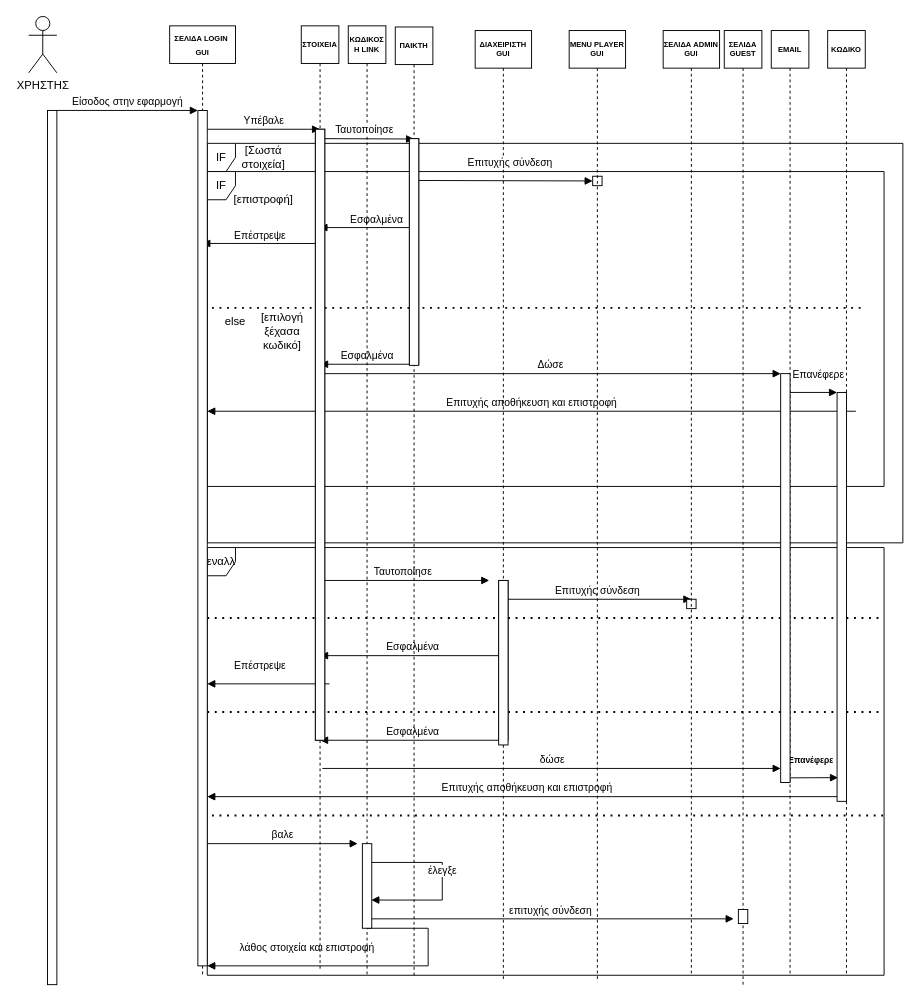
The draw.io diagram spetz/sequences/login.drawio in Pspetz/Organthlon, before the edit. Source tidied: cells renumbered, new cells numbered last; positions are measured from the earlier drawing's top-left corner, leaving out a move shared by most shapes. Both pictures are drawn from the tidied source at 94%, with x=0, y=0 at pixel (28, 16).
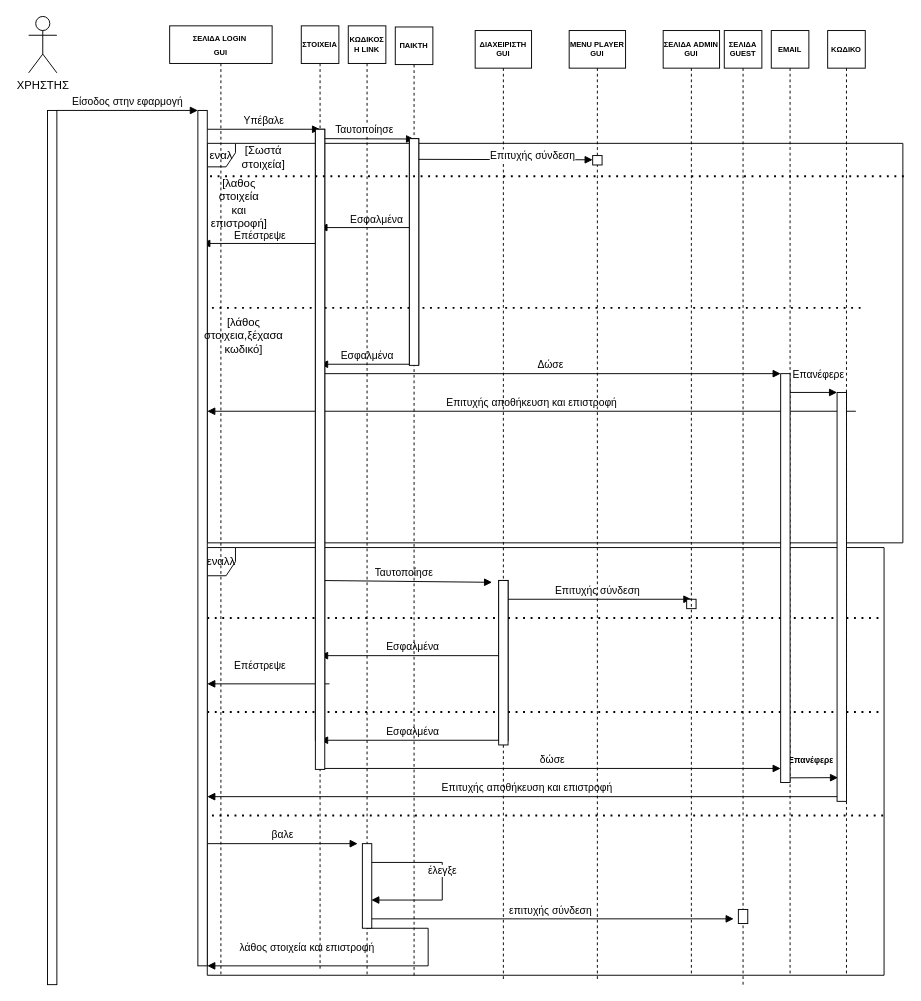
The same page after the edit.

The change refers to these unchanged cells:
```xml
<mxCell id="41" value="&lt;b&gt;ΣΤΟΙΧΕΙΑ&lt;/b&gt;" style="shape=umlLifeline;perimeter=lifelinePerimeter;whiteSpace=wrap;html=1;fontSize=8;" parent="1" vertex="1">
  <mxGeometry x="290" y="10" width="40" height="1005" as="geometry" />
</mxCell>
<mxCell id="48" value="&lt;b&gt;ΔΙΑΧΕΙΡΙΣΤΗ GUI&lt;/b&gt;" style="shape=umlLifeline;perimeter=lifelinePerimeter;whiteSpace=wrap;html=1;fontSize=8;" parent="1" vertex="1">
  <mxGeometry x="475" y="15" width="60" height="1010" as="geometry" />
</mxCell>
<mxCell id="51" value="&lt;b&gt;MENU PLAYER GUI&lt;/b&gt;" style="shape=umlLifeline;perimeter=lifelinePerimeter;whiteSpace=wrap;html=1;fontSize=8;" parent="1" vertex="1">
  <mxGeometry x="575" y="15" width="60" height="1010" as="geometry" />
</mxCell>
<mxCell id="53" value="&lt;b&gt;ΣΕΛΙΔΑ GUEST&lt;/b&gt;" style="shape=umlLifeline;perimeter=lifelinePerimeter;whiteSpace=wrap;html=1;fontSize=8;" parent="1" vertex="1">
  <mxGeometry x="740" y="15" width="40" height="1015" as="geometry" />
</mxCell>
```

Change to the diagram source:
```diff
@@
-    <mxCell id="4" value="IF" style="shape=umlFrame;whiteSpace=wrap;html=1;width=30;height=30;" parent="1" vertex="1">
+    <mxCell id="4" value="εναλ" style="shape=umlFrame;whiteSpace=wrap;html=1;width=30;height=25;" parent="1" vertex="1">
       <mxGeometry x="190" y="135" width="740" height="425" as="geometry" />
     </mxCell>
@@
-    <mxCell id="10" value="else" style="text;html=1;strokeColor=none;fillColor=none;align=center;verticalAlign=middle;whiteSpace=wrap;rounded=0;" parent="1" vertex="1">
-      <mxGeometry x="190" y="310" width="60" height="30" as="geometry" />
-    </mxCell>
-    <mxCell id="11" value="[επιλογή ξέχασα κωδικό]" style="text;html=1;strokeColor=none;fillColor=none;align=center;verticalAlign=middle;whiteSpace=wrap;rounded=0;" parent="1" vertex="1">
-      <mxGeometry x="240" y="320" width="60" height="30" as="geometry" />
-    </mxCell>
-    <mxCell id="12" value="IF" style="shape=umlFrame;whiteSpace=wrap;html=1;width=30;height=30;" parent="1" vertex="1">
-      <mxGeometry x="190" y="165" width="720" height="335" as="geometry" />
-    </mxCell>
-    <mxCell id="13" value="[επιστροφή]" style="text;html=1;strokeColor=none;fillColor=none;align=center;verticalAlign=middle;whiteSpace=wrap;rounded=0;" parent="1" vertex="1">
-      <mxGeometry x="220" y="180" width="60" height="30" as="geometry" />
+    <mxCell id="13" value="[λαθος στοιχεία και επιστροφή]" style="text;html=1;strokeColor=none;fillColor=none;align=center;verticalAlign=middle;whiteSpace=wrap;rounded=0;" parent="1" vertex="1">
+      <mxGeometry x="194" y="174" width="60" height="50" as="geometry" />
     </mxCell>
@@
     <mxCell id="19" value="Ταυτοποίησε" style="html=1;verticalAlign=bottom;endArrow=block;rounded=0;" parent="1" edge="1">
       <mxGeometry relative="1" as="geometry">
         <mxPoint x="305" y="600" as="sourcePoint" />
-        <mxPoint x="490" y="600" as="targetPoint" />
+        <mxPoint x="493" y="602" as="targetPoint" />
       </mxGeometry>
     </mxCell>
@@
-    <mxCell id="37" style="html=1;perimeter=orthogonalPerimeter;" parent="1" vertex="1">
-      <mxGeometry x="600" y="170" width="10" height="10" as="geometry" />
-    </mxCell>
@@
     <mxCell id="39" value="&lt;font style=&quot;font-size: 8px;&quot;&gt;&lt;b&gt;ΣΕΛΙΔΑ LOGIN&amp;nbsp;&lt;br&gt;GUI&lt;/b&gt;&lt;/font&gt;" style="shape=umlLifeline;perimeter=lifelinePerimeter;whiteSpace=wrap;html=1;" parent="1" vertex="1">
-      <mxGeometry x="150" y="10" width="70" height="1010" as="geometry" />
+      <mxGeometry x="150" y="10" width="109" height="1010" as="geometry" />
     </mxCell>
@@
+    <mxCell id="11" value="[λάθος στοιχεια,ξέχασα κωδικό]" style="text;html=1;strokeColor=none;fillColor=none;align=center;verticalAlign=middle;whiteSpace=wrap;rounded=0;" parent="39" vertex="1">
+      <mxGeometry x="49" y="315" width="60" height="30" as="geometry" />
+    </mxCell>
@@
     <mxCell id="42" style="html=1;perimeter=orthogonalPerimeter;fontSize=9;" parent="41" vertex="1">
-      <mxGeometry x="15" y="110" width="10" height="650" as="geometry" />
+      <mxGeometry x="15" y="110" width="10" height="681" as="geometry" />
     </mxCell>
@@
     <mxCell id="49" value="Επιτυχής σύνδεση" style="html=1;verticalAlign=bottom;endArrow=block;rounded=0;" parent="48" edge="1">
-      <mxGeometry x="0.05" y="10" relative="1" as="geometry">
-        <mxPoint x="-60" y="159.5" as="sourcePoint" />
-        <mxPoint x="125" y="160" as="targetPoint" />
+      <mxGeometry x="0.31" y="-5" relative="1" as="geometry">
+        <mxPoint x="-60" y="137" as="sourcePoint" />
+        <mxPoint x="125" y="137.5" as="targetPoint" />
       </mxGeometry>
     </mxCell>
@@
+    <mxCell id="37" style="html=1;perimeter=orthogonalPerimeter;" parent="51" vertex="1">
+      <mxGeometry x="25" y="133" width="10" height="10" as="geometry" />
+    </mxCell>
@@
+    <mxCell id="60" style="endArrow=none;dashed=1;html=1;dashPattern=1 3;strokeWidth=2;rounded=0;" parent="53" edge="1">
+      <mxGeometry relative="1" as="geometry">
+        <mxPoint x="-547" y="155" as="sourcePoint" />
+        <mxPoint x="191" y="155" as="targetPoint" />
+      </mxGeometry>
+    </mxCell>
```
